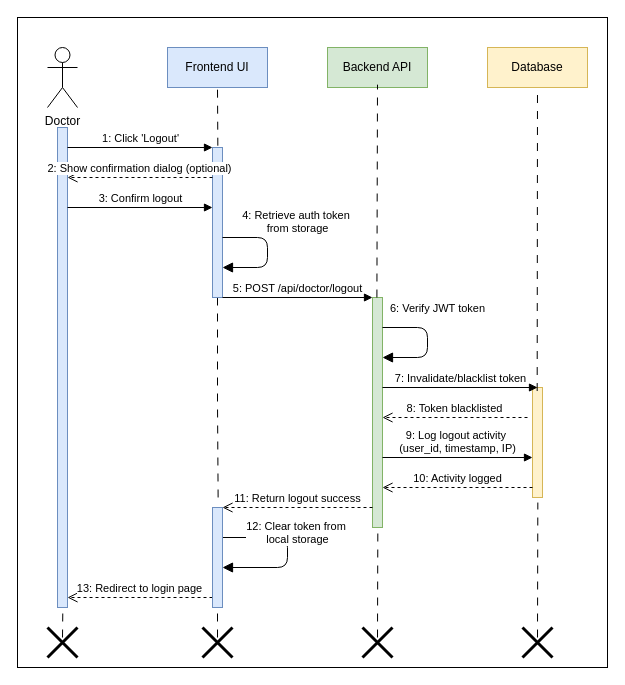
Above: InProgress/Sequence Diagram/Salesperson/Logout/Logout-Diagram.drawio in shah541-g/Fyp-Diagrams (draw.io), before the change. Source tidied: cells renumbered, new cells numbered last; positions are measured from the earlier drawing's top-left corner, leaving out a move shared by most shapes. Both pictures are drawn from the tidied source at 100%, with x=0, y=0 at pixel (17, 17).
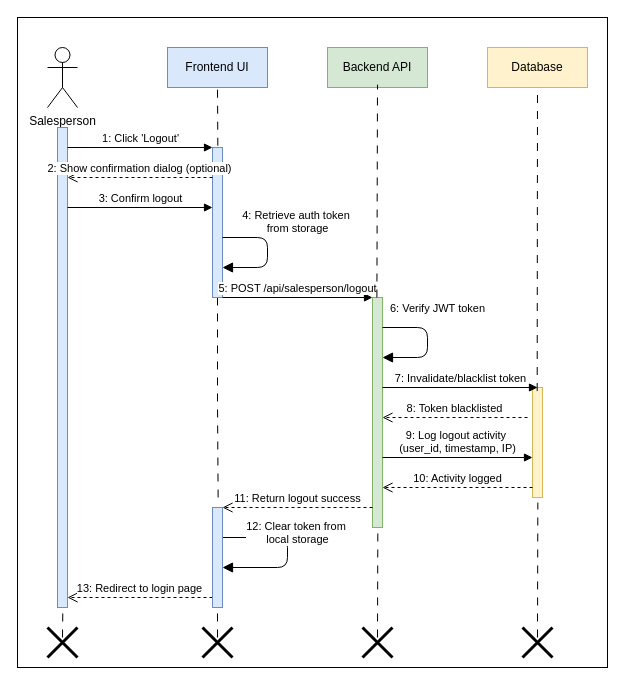
Above is the later version.

The edit, as a diff of the source:
```diff
@@
-    <mxCell id="3" value="Doctor" style="shape=umlActor;verticalLabelPosition=bottom;verticalAlign=top;html=1;" parent="1" vertex="1">
+    <mxCell id="3" value="Salesperson" style="shape=umlActor;verticalLabelPosition=bottom;verticalAlign=top;html=1;" parent="1" vertex="1">
       <mxGeometry x="30" y="30" width="30" height="60" as="geometry" />
     </mxCell>
@@
-    <mxCell id="16" value="5: POST /api/doctor/logout" style="html=1;verticalAlign=bottom;endArrow=block;" parent="1" edge="1">
+    <mxCell id="16" value="5: POST /api/salesperson/logout" style="html=1;verticalAlign=bottom;endArrow=block;" parent="1" edge="1">
       <mxGeometry relative="1" as="geometry">
         <mxPoint x="205" y="280" as="sourcePoint" />
         <mxPoint x="355" y="280" as="targetPoint" />
       </mxGeometry>
     </mxCell>
```
